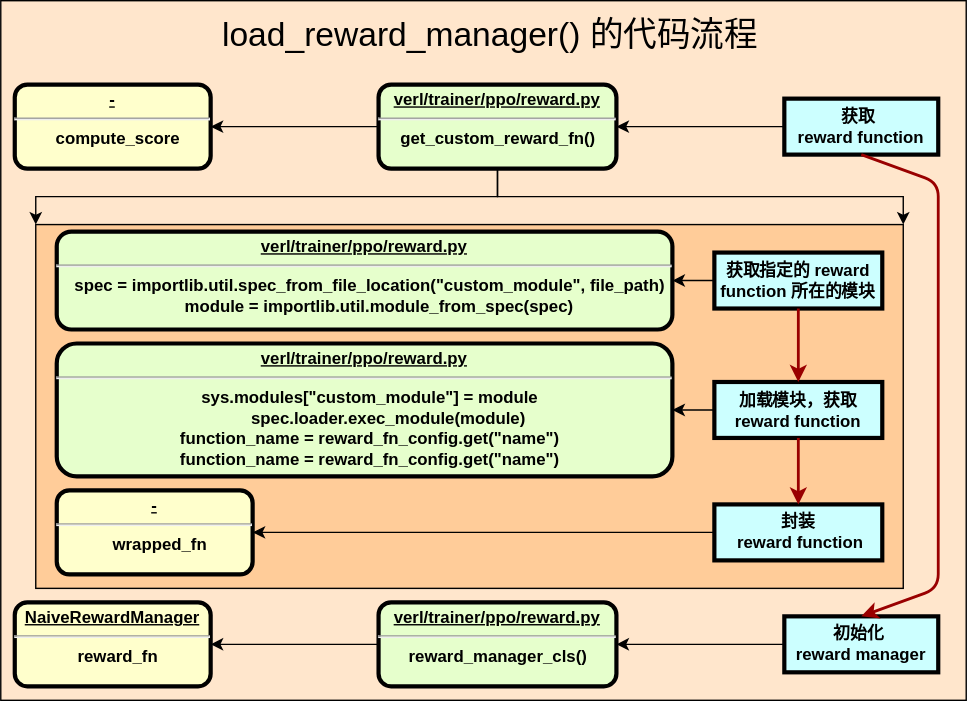
Earlier version of the draw.io export images/verl_load_reward_manager.svg (cai-jianfeng/cai-jianfeng.github.io). Source tidied: cells renumbered, new cells last; positions are measured from the earlier drawing's top-left corner, leaving out a move shared by most shapes. Its diagram source:
```xml
<mxGraphModel>
  <root>
    <mxCell id="0" />
    <mxCell id="1" parent="0" />
    <mxCell id="2" style="rounded=0;whiteSpace=wrap;html=1;fillColor=light-dark(#FFE6CC,var(--ge-dark-color, #121212));" parent="1" vertex="1">
      <mxGeometry width="690" height="500" as="geometry" />
    </mxCell>
    <mxCell id="3" value="&lt;p style=&quot;margin: 4px 0px 0px; text-align: center;&quot;&gt;&lt;u&gt;-&lt;/u&gt;&lt;/p&gt;&lt;hr&gt;&lt;p style=&quot;margin: 0px; margin-left: 8px;&quot;&gt;compute_score&lt;/p&gt;" style="verticalAlign=middle;align=center;overflow=fill;fontSize=12;fontFamily=Helvetica;html=1;rounded=1;fontStyle=1;strokeWidth=3;fillColor=#FFFFCC;" parent="1" vertex="1">
      <mxGeometry x="10" y="60" width="140" height="60" as="geometry" />
    </mxCell>
    <mxCell id="4" style="edgeStyle=orthogonalEdgeStyle;curved=1;rounded=0;jettySize=auto;html=1;exitX=0;exitY=0.5;exitDx=0;exitDy=0;entryX=1;entryY=0.5;entryDx=0;entryDy=0;" parent="1" edge="1" source="7" target="3">
      <mxGeometry relative="1" as="geometry" />
    </mxCell>
    <mxCell id="5" style="edgeStyle=orthogonalEdgeStyle;rounded=0;jettySize=auto;html=1;entryX=0;entryY=0;entryDx=0;entryDy=0;" parent="1" edge="1" source="7" target="11">
      <mxGeometry relative="1" as="geometry" />
    </mxCell>
    <mxCell id="6" style="edgeStyle=orthogonalEdgeStyle;rounded=0;jettySize=auto;html=1;entryX=1;entryY=0;entryDx=0;entryDy=0;" parent="1" edge="1" source="7" target="11">
      <mxGeometry relative="1" as="geometry" />
    </mxCell>
    <mxCell id="7" value="&lt;p style=&quot;margin: 4px 0px 0px; text-align: center;&quot;&gt;&lt;u&gt;verl/trainer/ppo/reward.py&lt;/u&gt;&lt;/p&gt;&lt;hr&gt;&lt;p style=&quot;margin: 0px; margin-left: 8px;&quot;&gt;&lt;span style=&quot;background-color: transparent;&quot;&gt;get_custom_reward_fn&lt;/span&gt;&lt;span style=&quot;background-color: transparent; color: light-dark(rgb(0, 0, 0), rgb(255, 255, 255));&quot;&gt;()&amp;nbsp;&amp;nbsp;&lt;/span&gt;&lt;/p&gt;" style="verticalAlign=middle;align=center;overflow=fill;fontSize=12;fontFamily=Helvetica;html=1;rounded=1;fontStyle=1;strokeWidth=3;fillColor=#E6FFCC;" parent="1" vertex="1">
      <mxGeometry x="270" y="60" width="170" height="60" as="geometry" />
    </mxCell>
    <mxCell id="8" style="edgeStyle=orthogonalEdgeStyle;curved=1;rounded=0;jettySize=auto;html=1;entryX=1;entryY=0.5;entryDx=0;entryDy=0;" parent="1" edge="1" source="9" target="7">
      <mxGeometry relative="1" as="geometry" />
    </mxCell>
    <mxCell id="9" value="获取 &#10;reward function" style="whiteSpace=wrap;align=center;verticalAlign=middle;fontStyle=1;strokeWidth=3;fillColor=#CCFFFF;" parent="1" vertex="1">
      <mxGeometry x="560" y="70" width="110" height="40" as="geometry" />
    </mxCell>
    <mxCell id="10" value="&lt;font style=&quot;font-size: 24px;&quot;&gt;load_reward_manager() 的代码流程&lt;/font&gt;" style="text;html=1;align=center;verticalAlign=middle;whiteSpace=wrap;rounded=0;" parent="1" vertex="1">
      <mxGeometry x="101.2" y="10" width="497.5" height="30" as="geometry" />
    </mxCell>
    <mxCell id="11" style="rounded=0;whiteSpace=wrap;html=1;fillColor=light-dark(#FFCC99,var(--ge-dark-color, #121212));" parent="1" vertex="1">
      <mxGeometry x="25" y="160" width="620" height="260" as="geometry" />
    </mxCell>
    <mxCell id="12" style="edgeStyle=orthogonalEdgeStyle;rounded=0;jettySize=auto;html=1;" parent="1" edge="1" source="13" target="14">
      <mxGeometry relative="1" as="geometry" />
    </mxCell>
    <mxCell id="13" value="获取指定的 reward function 所在的模块" style="whiteSpace=wrap;align=center;verticalAlign=middle;fontStyle=1;strokeWidth=3;fillColor=#CCFFFF;" parent="1" vertex="1">
      <mxGeometry x="510" y="180" width="120" height="40" as="geometry" />
    </mxCell>
    <mxCell id="14" value="&lt;p style=&quot;margin: 4px 0px 0px; text-align: center;&quot;&gt;&lt;u&gt;verl/trainer/ppo/reward.py&lt;/u&gt;&lt;/p&gt;&lt;hr&gt;&lt;p style=&quot;margin: 0px; margin-left: 8px;&quot;&gt;spec = importlib.util.spec_from_file_location(&quot;custom_module&quot;, file_path)&lt;/p&gt;&lt;p style=&quot;margin: 0px; margin-left: 8px;&quot;&gt;&amp;nbsp; &amp;nbsp; module = importlib.util.module_from_spec(spec)&lt;/p&gt;" style="verticalAlign=middle;align=center;overflow=fill;fontSize=12;fontFamily=Helvetica;html=1;rounded=1;fontStyle=1;strokeWidth=3;fillColor=#E6FFCC;" parent="1" vertex="1">
      <mxGeometry x="40" y="165" width="440" height="70" as="geometry" />
    </mxCell>
    <mxCell id="15" style="edgeStyle=orthogonalEdgeStyle;rounded=0;jettySize=auto;html=1;" parent="1" edge="1" source="16" target="17">
      <mxGeometry relative="1" as="geometry" />
    </mxCell>
    <mxCell id="16" value="加载模块，获取 reward function" style="whiteSpace=wrap;align=center;verticalAlign=middle;fontStyle=1;strokeWidth=3;fillColor=#CCFFFF;" parent="1" vertex="1">
      <mxGeometry x="510" y="272.5" width="120" height="40" as="geometry" />
    </mxCell>
    <mxCell id="17" value="&lt;p style=&quot;margin: 4px 0px 0px; text-align: center;&quot;&gt;&lt;u&gt;verl/trainer/ppo/reward.py&lt;/u&gt;&lt;/p&gt;&lt;hr&gt;&lt;p style=&quot;margin: 0px; margin-left: 8px;&quot;&gt;sys.modules[&quot;custom_module&quot;] = module&lt;/p&gt;&lt;p style=&quot;margin: 0px; margin-left: 8px;&quot;&gt;&amp;nbsp; &amp;nbsp; &amp;nbsp; &amp;nbsp; spec.loader.exec_module(module)&lt;/p&gt;&lt;p style=&quot;margin: 0px; margin-left: 8px;&quot;&gt;function_name = reward_fn_config.get(&quot;name&quot;)&lt;/p&gt;&lt;p style=&quot;margin: 0px; margin-left: 8px;&quot;&gt;function_name = reward_fn_config.get(&quot;name&quot;)&lt;/p&gt;" style="verticalAlign=middle;align=center;overflow=fill;fontSize=12;fontFamily=Helvetica;html=1;rounded=1;fontStyle=1;strokeWidth=3;fillColor=#E6FFCC;" parent="1" vertex="1">
      <mxGeometry x="40" y="245" width="440" height="95" as="geometry" />
    </mxCell>
    <mxCell id="18" style="edgeStyle=orthogonalEdgeStyle;rounded=0;jettySize=auto;html=1;entryX=1;entryY=0.5;entryDx=0;entryDy=0;" parent="1" edge="1" source="19" target="20">
      <mxGeometry relative="1" as="geometry" />
    </mxCell>
    <mxCell id="19" value="封装&#10; reward function" style="whiteSpace=wrap;align=center;verticalAlign=middle;fontStyle=1;strokeWidth=3;fillColor=#CCFFFF;" parent="1" vertex="1">
      <mxGeometry x="510" y="360" width="120" height="40" as="geometry" />
    </mxCell>
    <mxCell id="20" value="&lt;p style=&quot;margin: 4px 0px 0px; text-align: center;&quot;&gt;&lt;u&gt;-&lt;/u&gt;&lt;/p&gt;&lt;hr&gt;&lt;p style=&quot;margin: 0px; margin-left: 8px;&quot;&gt;wrapped_fn&lt;/p&gt;" style="verticalAlign=middle;align=center;overflow=fill;fontSize=12;fontFamily=Helvetica;html=1;rounded=1;fontStyle=1;strokeWidth=3;fillColor=#FFFFCC;" parent="1" vertex="1">
      <mxGeometry x="40" y="350" width="140" height="60" as="geometry" />
    </mxCell>
    <mxCell id="21" style="edgeStyle=none;noEdgeStyle=1;strokeColor=#990000;strokeWidth=2;exitX=0.5;exitY=1;exitDx=0;exitDy=0;" parent="1" edge="1" source="13" target="16">
      <mxGeometry relative="1" as="geometry" />
    </mxCell>
    <mxCell id="22" style="edgeStyle=none;noEdgeStyle=1;strokeColor=#990000;strokeWidth=2;exitX=0.5;exitY=1;exitDx=0;exitDy=0;" parent="1" edge="1" source="16" target="19">
      <mxGeometry relative="1" as="geometry" />
    </mxCell>
    <mxCell id="23" style="edgeStyle=orthogonalEdgeStyle;rounded=0;jettySize=auto;html=1;entryX=1;entryY=0.5;entryDx=0;entryDy=0;" parent="1" edge="1" source="24" target="26">
      <mxGeometry relative="1" as="geometry" />
    </mxCell>
    <mxCell id="24" value="初始化 &#10;reward manager" style="whiteSpace=wrap;align=center;verticalAlign=middle;fontStyle=1;strokeWidth=3;fillColor=#CCFFFF;" parent="1" vertex="1">
      <mxGeometry x="560" y="440" width="110" height="40" as="geometry" />
    </mxCell>
    <mxCell id="25" style="edgeStyle=orthogonalEdgeStyle;rounded=0;jettySize=auto;html=1;" parent="1" edge="1" source="26" target="27">
      <mxGeometry relative="1" as="geometry" />
    </mxCell>
    <mxCell id="26" value="&lt;p style=&quot;margin: 4px 0px 0px; text-align: center;&quot;&gt;&lt;u&gt;verl/trainer/ppo/reward.py&lt;/u&gt;&lt;/p&gt;&lt;hr&gt;&lt;p style=&quot;margin: 0px; margin-left: 8px;&quot;&gt;&lt;span style=&quot;background-color: transparent;&quot;&gt;reward_manager_cls&lt;/span&gt;&lt;span style=&quot;background-color: transparent; color: light-dark(rgb(0, 0, 0), rgb(255, 255, 255));&quot;&gt;()&amp;nbsp;&amp;nbsp;&lt;/span&gt;&lt;/p&gt;" style="verticalAlign=middle;align=center;overflow=fill;fontSize=12;fontFamily=Helvetica;html=1;rounded=1;fontStyle=1;strokeWidth=3;fillColor=#E6FFCC;" parent="1" vertex="1">
      <mxGeometry x="270" y="430" width="170" height="60" as="geometry" />
    </mxCell>
    <mxCell id="27" value="&lt;p style=&quot;margin: 4px 0px 0px; text-align: center;&quot;&gt;&lt;u&gt;NaiveRewardManager&lt;/u&gt;&lt;/p&gt;&lt;hr&gt;&lt;p style=&quot;margin: 0px; margin-left: 8px;&quot;&gt;reward_fn&lt;/p&gt;" style="verticalAlign=middle;align=center;overflow=fill;fontSize=12;fontFamily=Helvetica;html=1;rounded=1;fontStyle=1;strokeWidth=3;fillColor=#FFFFCC;" parent="1" vertex="1">
      <mxGeometry x="10" y="430" width="140" height="60" as="geometry" />
    </mxCell>
    <mxCell id="28" style="edgeStyle=none;noEdgeStyle=1;strokeColor=#990000;strokeWidth=2;exitX=0.5;exitY=1;exitDx=0;exitDy=0;entryX=0.5;entryY=0;entryDx=0;entryDy=0;" parent="1" edge="1" source="9" target="24">
      <mxGeometry relative="1" as="geometry">
        <Array as="points">
          <mxPoint x="670" y="130" />
          <mxPoint x="670" y="280" />
          <mxPoint x="670" y="420" />
        </Array>
      </mxGeometry>
    </mxCell>
  </root>
</mxGraphModel>
```
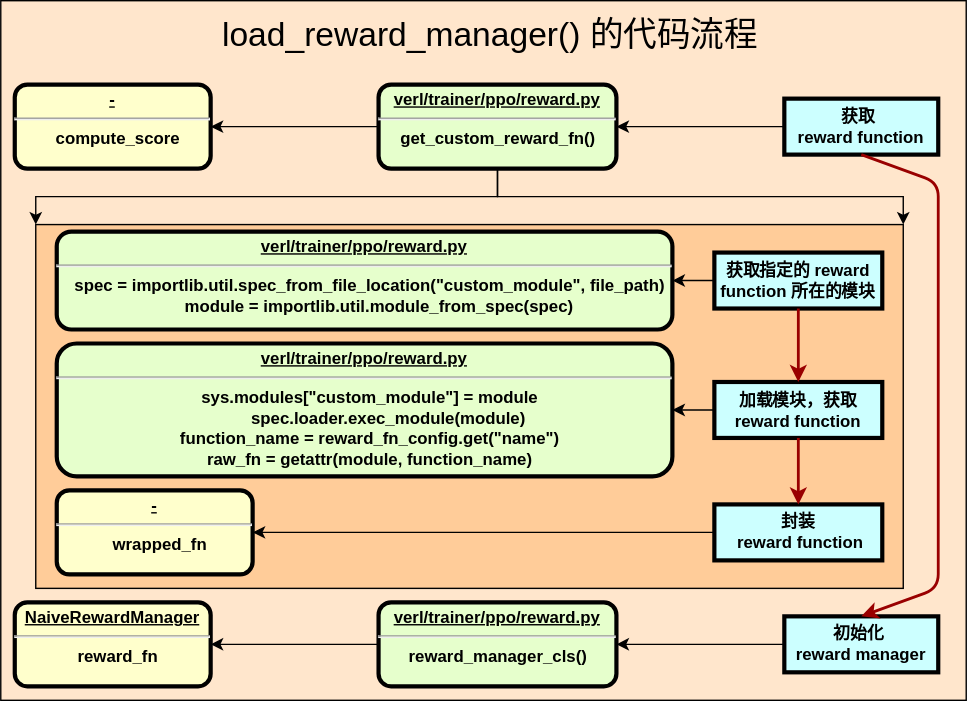
Later version of the same file.

Commit message:
update rlhf training pipeline blog

Change to the diagram source:
```diff
@@ -47,7 +47,7 @@
     <mxCell id="16" value="加载模块，获取 reward function" style="whiteSpace=wrap;align=center;verticalAlign=middle;fontStyle=1;strokeWidth=3;fillColor=#CCFFFF;" parent="1" vertex="1">
       <mxGeometry x="510" y="272.5" width="120" height="40" as="geometry" />
     </mxCell>
-    <mxCell id="17" value="&lt;p style=&quot;margin: 4px 0px 0px; text-align: center;&quot;&gt;&lt;u&gt;verl/trainer/ppo/reward.py&lt;/u&gt;&lt;/p&gt;&lt;hr&gt;&lt;p style=&quot;margin: 0px; margin-left: 8px;&quot;&gt;sys.modules[&quot;custom_module&quot;] = module&lt;/p&gt;&lt;p style=&quot;margin: 0px; margin-left: 8px;&quot;&gt;&amp;nbsp; &amp;nbsp; &amp;nbsp; &amp;nbsp; spec.loader.exec_module(module)&lt;/p&gt;&lt;p style=&quot;margin: 0px; margin-left: 8px;&quot;&gt;function_name = reward_fn_config.get(&quot;name&quot;)&lt;/p&gt;&lt;p style=&quot;margin: 0px; margin-left: 8px;&quot;&gt;function_name = reward_fn_config.get(&quot;name&quot;)&lt;/p&gt;" style="verticalAlign=middle;align=center;overflow=fill;fontSize=12;fontFamily=Helvetica;html=1;rounded=1;fontStyle=1;strokeWidth=3;fillColor=#E6FFCC;" parent="1" vertex="1">
+    <mxCell id="17" value="&lt;p style=&quot;margin: 4px 0px 0px; text-align: center;&quot;&gt;&lt;u&gt;verl/trainer/ppo/reward.py&lt;/u&gt;&lt;/p&gt;&lt;hr&gt;&lt;p style=&quot;margin: 0px; margin-left: 8px;&quot;&gt;sys.modules[&quot;custom_module&quot;] = module&lt;/p&gt;&lt;p style=&quot;margin: 0px; margin-left: 8px;&quot;&gt;&amp;nbsp; &amp;nbsp; &amp;nbsp; &amp;nbsp; spec.loader.exec_module(module)&lt;/p&gt;&lt;p style=&quot;margin: 0px; margin-left: 8px;&quot;&gt;function_name = reward_fn_config.get(&quot;name&quot;)&lt;/p&gt;&lt;p style=&quot;margin: 0px; margin-left: 8px;&quot;&gt;raw_fn = getattr(module, function_name)&lt;/p&gt;" style="verticalAlign=middle;align=center;overflow=fill;fontSize=12;fontFamily=Helvetica;html=1;rounded=1;fontStyle=1;strokeWidth=3;fillColor=#E6FFCC;" parent="1" vertex="1">
       <mxGeometry x="40" y="245" width="440" height="95" as="geometry" />
     </mxCell>
     <mxCell id="18" style="edgeStyle=orthogonalEdgeStyle;rounded=0;jettySize=auto;html=1;entryX=1;entryY=0.5;entryDx=0;entryDy=0;" parent="1" edge="1" source="19" target="20">
```
